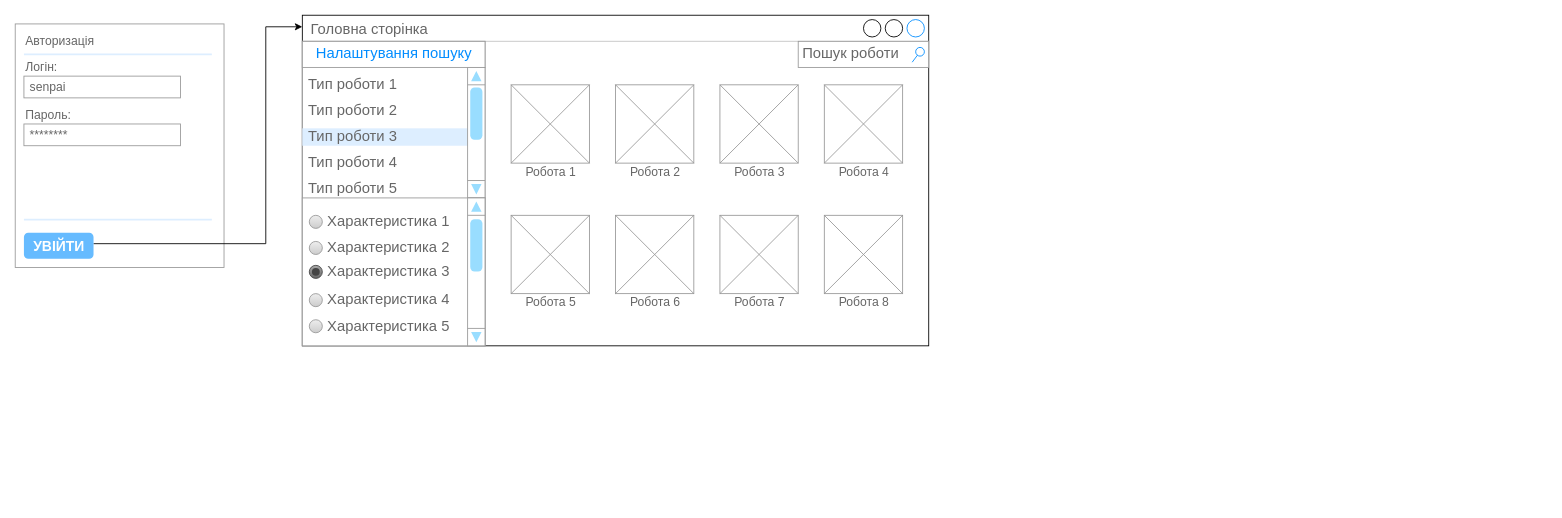
Before: 1-SoftwareRequirements/1.4-FuncNonFuncRequirements/1.4.4-NFRUserInterfaceOUTPUT/Wireframe Design.drawio in oleksandrblazhko/ai203-tokarev, a draw.io diagram. Source tidied: cells renumbered, new cells numbered last; positions are measured from the earlier drawing's top-left corner, leaving out a move shared by most shapes. Both pictures are drawn from the tidied source at 87%, with x=0, y=0 at pixel (15, 15).
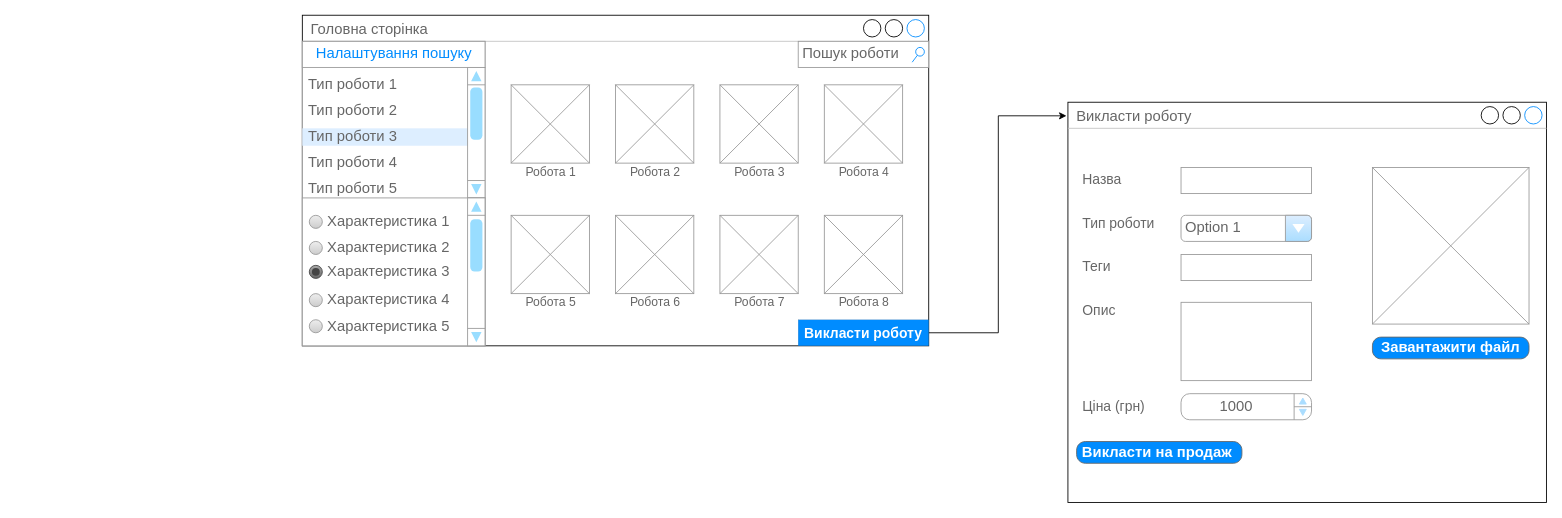
Above is the later version.

The change refers to these unchanged cells:
```xml
<mxCell id="12" value="Головна сторінка" style="strokeWidth=1;shadow=0;dashed=0;align=center;html=1;shape=mxgraph.mockup.containers.window;align=left;verticalAlign=top;spacingLeft=8;strokeColor2=#008cff;strokeColor3=#c4c4c4;fontColor=#666666;mainText=;fontSize=17;labelBackgroundColor=none;" parent="1" vertex="1">
  <mxGeometry x="330" width="720" height="380" as="geometry" />
</mxCell>
```

Change to the diagram source:
```diff
@@
-    <mxCell id="2" style="strokeWidth=1;shadow=0;dashed=0;align=center;html=1;shape=mxgraph.mockup.forms.rrect;rSize=0;strokeColor=#999999;fillColor=#ffffff;" parent="1" vertex="1">
-      <mxGeometry y="10" width="240" height="280" as="geometry" />
-    </mxCell>
-    <mxCell id="3" style="edgeStyle=orthogonalEdgeStyle;rounded=0;jettySize=auto;html=1;entryX=0;entryY=0.035;entryDx=0;entryDy=0;entryPerimeter=0;fontSize=14;exitX=0.999;exitY=0.42;exitDx=0;exitDy=0;exitPerimeter=0;" parent="2" edge="1" source="11" target="12">
-      <mxGeometry relative="1" as="geometry">
-        <Array as="points">
-          <mxPoint x="288" y="253" />
-          <mxPoint x="288" y="3" />
-        </Array>
-      </mxGeometry>
-    </mxCell>
-    <mxCell id="4" value="&lt;font style=&quot;font-size: 14px;&quot;&gt;Авторизація&lt;/font&gt;" style="strokeWidth=1;shadow=0;dashed=0;align=center;html=1;shape=mxgraph.mockup.forms.anchor;fontSize=12;fontColor=#666666;align=left;spacingLeft=0;" parent="2" vertex="1">
-      <mxGeometry width="120" height="20" relative="1" as="geometry">
-        <mxPoint x="10" y="10" as="offset" />
-      </mxGeometry>
-    </mxCell>
-    <mxCell id="5" style="shape=line;strokeColor=#ddeeff;strokeWidth=2;html=1;" parent="2" vertex="1">
-      <mxGeometry width="216" height="10" relative="1" as="geometry">
-        <mxPoint x="10" y="30" as="offset" />
-      </mxGeometry>
-    </mxCell>
-    <mxCell id="6" value="&lt;font style=&quot;font-size: 14px;&quot;&gt;Логін:&lt;/font&gt;" style="strokeWidth=1;shadow=0;dashed=0;align=center;html=1;shape=mxgraph.mockup.forms.anchor;fontSize=12;fontColor=#666666;align=left;spacingLeft=0;" parent="2" vertex="1">
-      <mxGeometry width="120" height="20" relative="1" as="geometry">
-        <mxPoint x="10" y="40" as="offset" />
-      </mxGeometry>
-    </mxCell>
-    <mxCell id="7" value="&lt;font style=&quot;font-size: 14px;&quot;&gt;senpai&lt;/font&gt;" style="strokeWidth=1;shadow=0;dashed=0;align=center;html=1;shape=mxgraph.mockup.forms.rrect;rSize=0;strokeColor=#999999;fontColor=#666666;align=left;spacingLeft=5;" parent="2" vertex="1">
-      <mxGeometry width="180" height="25" relative="1" as="geometry">
-        <mxPoint x="10" y="60" as="offset" />
-      </mxGeometry>
-    </mxCell>
-    <mxCell id="8" value="&lt;font style=&quot;font-size: 14px;&quot;&gt;Пароль:&lt;/font&gt;" style="strokeWidth=1;shadow=0;dashed=0;align=center;html=1;shape=mxgraph.mockup.forms.anchor;fontSize=12;fontColor=#666666;align=left;spacingLeft=0;" parent="2" vertex="1">
-      <mxGeometry width="120" height="20" relative="1" as="geometry">
-        <mxPoint x="10" y="95" as="offset" />
-      </mxGeometry>
-    </mxCell>
-    <mxCell id="9" value="&lt;font style=&quot;font-size: 14px;&quot;&gt;********&lt;/font&gt;" style="strokeWidth=1;shadow=0;dashed=0;align=center;html=1;shape=mxgraph.mockup.forms.rrect;rSize=0;strokeColor=#999999;fontColor=#666666;align=left;spacingLeft=5;" parent="2" vertex="1">
-      <mxGeometry width="180" height="25" relative="1" as="geometry">
-        <mxPoint x="10" y="115" as="offset" />
-      </mxGeometry>
-    </mxCell>
-    <mxCell id="10" style="shape=line;strokeColor=#ddeeff;strokeWidth=2;html=1;" parent="2" vertex="1">
-      <mxGeometry y="1" width="216" height="10" relative="1" as="geometry">
-        <mxPoint x="10" y="-60" as="offset" />
-      </mxGeometry>
-    </mxCell>
-    <mxCell id="11" value="УВІЙТИ" style="strokeWidth=1;shadow=0;dashed=0;align=center;html=1;shape=mxgraph.mockup.forms.rrect;rSize=5;strokeColor=none;fontColor=#ffffff;fillColor=#66bbff;fontSize=16;fontStyle=1;" parent="2" vertex="1">
-      <mxGeometry y="1" width="80" height="30" relative="1" as="geometry">
-        <mxPoint x="10" y="-40" as="offset" />
-      </mxGeometry>
-    </mxCell>
@@
+    <mxCell id="46" value="Викласти роботу" style="strokeWidth=1;shadow=0;dashed=0;align=center;html=1;shape=mxgraph.mockup.containers.window;align=left;verticalAlign=top;spacingLeft=8;strokeColor2=#008cff;strokeColor3=#c4c4c4;fontColor=#666666;mainText=;fontSize=17;labelBackgroundColor=none;" parent="1" vertex="1">
+      <mxGeometry x="1210" y="100" width="550" height="460" as="geometry" />
+    </mxCell>
+    <mxCell id="47" style="edgeStyle=orthogonalEdgeStyle;rounded=0;jettySize=auto;html=1;entryX=-0.003;entryY=0.034;entryDx=0;entryDy=0;entryPerimeter=0;fontSize=14;" parent="1" edge="1" source="48" target="46">
+      <mxGeometry relative="1" as="geometry" />
+    </mxCell>
+    <mxCell id="48" style="rounded=0;whiteSpace=wrap;html=1;fillStyle=auto;strokeWidth=0;fontSize=14;fillColor=#008CFF;" parent="1" vertex="1">
+      <mxGeometry x="900" y="350" width="150" height="30" as="geometry" />
+    </mxCell>
+    <mxCell id="49" value="Викласти роботу" style="strokeWidth=1;shadow=0;dashed=0;align=center;html=1;shape=mxgraph.mockup.anchor;fontSize=16;fontColor=#ffffff;fontStyle=1;whiteSpace=wrap;" parent="1" vertex="1">
+      <mxGeometry x="900" y="353" width="150" height="24" as="geometry" />
+    </mxCell>
+    <mxCell id="50" style="verticalLabelPosition=bottom;shadow=0;dashed=0;align=center;html=1;verticalAlign=top;strokeWidth=1;shape=mxgraph.mockup.graphics.simpleIcon;strokeColor=#999999;fillStyle=auto;fontSize=14;fillColor=#FFFFFF;" parent="1" vertex="1">
+      <mxGeometry x="1560" y="175" width="180" height="180" as="geometry" />
+    </mxCell>
+    <mxCell id="51" value="Завантажити файл" style="strokeWidth=1;shadow=0;dashed=0;align=center;html=1;shape=mxgraph.mockup.buttons.button;strokeColor=#666666;fontColor=#ffffff;mainText=;buttonStyle=round;fontSize=17;fontStyle=1;fillColor=#008cff;whiteSpace=wrap;fillStyle=auto;" parent="1" vertex="1">
+      <mxGeometry x="1560" y="370" width="180" height="25" as="geometry" />
+    </mxCell>
+    <mxCell id="52" value="&lt;table cellpadding=&quot;0&quot; cellspacing=&quot;0&quot; style=&quot;width:100%;height:100%;&quot;&gt;&lt;tbody&gt;&lt;tr&gt;&lt;td style=&quot;width:85%&quot;&gt;1000&lt;/td&gt;&lt;td style=&quot;width:15%&quot;&gt;&lt;/td&gt;&lt;/tr&gt;&lt;/tbody&gt;&lt;/table&gt;" style="strokeWidth=1;shadow=0;dashed=0;align=center;html=1;shape=mxgraph.mockup.forms.spinner;strokeColor=#999999;spinLayout=right;spinStyle=normal;adjStyle=triangle;fillColor=#aaddff;fontSize=17;fontColor=#666666;mainText=;html=1;overflow=fill;fillStyle=auto;" parent="1" vertex="1">
+      <mxGeometry x="1340" y="435" width="150" height="30" as="geometry" />
+    </mxCell>
+    <mxCell id="53" value="Option 1" style="strokeWidth=1;shadow=0;dashed=0;align=center;html=1;shape=mxgraph.mockup.forms.comboBox;strokeColor=#999999;fillColor=#ddeeff;align=left;fillColor2=#aaddff;mainText=;fontColor=#666666;fontSize=17;spacingLeft=3;fillStyle=auto;" parent="1" vertex="1">
+      <mxGeometry x="1340" y="230" width="150" height="30" as="geometry" />
+    </mxCell>
+    <mxCell id="54" style="strokeWidth=1;shadow=0;dashed=0;align=center;html=1;shape=mxgraph.mockup.forms.pwField;strokeColor=#999999;mainText=;align=left;fontColor=#666666;fontSize=17;spacingLeft=3;fillStyle=auto;fillColor=#FFFFFF;" parent="1" vertex="1">
+      <mxGeometry x="1340" y="175" width="150" height="30" as="geometry" />
+    </mxCell>
+    <mxCell id="55" value="&lt;font style=&quot;font-size: 16px;&quot;&gt;Назва&lt;br&gt;&lt;/font&gt;" style="strokeWidth=1;shadow=0;dashed=0;align=center;html=1;shape=mxgraph.mockup.forms.anchor;fontSize=17;fontColor=#666666;align=left;spacingLeft=5;" parent="1" vertex="1">
+      <mxGeometry x="1220" y="180" width="70" height="20" as="geometry" />
+    </mxCell>
+    <mxCell id="56" value="&lt;font style=&quot;font-size: 16px;&quot;&gt;Тип роботи&lt;br&gt;&lt;/font&gt;" style="strokeWidth=1;shadow=0;dashed=0;align=center;html=1;shape=mxgraph.mockup.forms.anchor;fontSize=17;fontColor=#666666;align=left;spacingLeft=5;" parent="1" vertex="1">
+      <mxGeometry x="1220" y="230" width="120" height="20" as="geometry" />
+    </mxCell>
+    <mxCell id="57" value="&lt;font style=&quot;font-size: 16px;&quot;&gt;Теги&lt;br&gt;&lt;/font&gt;" style="strokeWidth=1;shadow=0;dashed=0;align=center;html=1;shape=mxgraph.mockup.forms.anchor;fontSize=17;fontColor=#666666;align=left;spacingLeft=5;" parent="1" vertex="1">
+      <mxGeometry x="1220" y="280" width="120" height="20" as="geometry" />
+    </mxCell>
+    <mxCell id="58" value="&lt;font style=&quot;font-size: 16px;&quot;&gt;Ціна (грн)&lt;br&gt;&lt;/font&gt;" style="strokeWidth=1;shadow=0;dashed=0;align=center;html=1;shape=mxgraph.mockup.forms.anchor;fontSize=17;fontColor=#666666;align=left;spacingLeft=5;" parent="1" vertex="1">
+      <mxGeometry x="1220" y="440" width="120" height="20" as="geometry" />
+    </mxCell>
+    <mxCell id="59" style="strokeWidth=1;shadow=0;dashed=0;align=center;html=1;shape=mxgraph.mockup.forms.pwField;strokeColor=#999999;mainText=;align=left;fontColor=#666666;fontSize=17;spacingLeft=3;fillStyle=auto;fillColor=#FFFFFF;" parent="1" vertex="1">
+      <mxGeometry x="1340" y="275" width="150" height="30" as="geometry" />
+    </mxCell>
+    <mxCell id="60" value="&lt;font style=&quot;font-size: 16px;&quot;&gt;Опис&lt;br&gt;&lt;/font&gt;" style="strokeWidth=1;shadow=0;dashed=0;align=center;html=1;shape=mxgraph.mockup.forms.anchor;fontSize=17;fontColor=#666666;align=left;spacingLeft=5;" parent="1" vertex="1">
+      <mxGeometry x="1220" y="330" width="120" height="20" as="geometry" />
+    </mxCell>
+    <mxCell id="61" style="strokeWidth=1;shadow=0;dashed=0;align=center;html=1;shape=mxgraph.mockup.forms.pwField;strokeColor=#999999;mainText=;align=left;fontColor=#666666;fontSize=17;spacingLeft=3;fillStyle=auto;fillColor=#FFFFFF;" parent="1" vertex="1">
+      <mxGeometry x="1340" y="330" width="150" height="90" as="geometry" />
+    </mxCell>
+    <mxCell id="62" value="Викласти на продаж&amp;nbsp;" style="strokeWidth=1;shadow=0;dashed=0;align=center;html=1;shape=mxgraph.mockup.buttons.button;strokeColor=#666666;fontColor=#ffffff;mainText=;buttonStyle=round;fontSize=17;fontStyle=1;fillColor=#008cff;whiteSpace=wrap;fillStyle=auto;" parent="1" vertex="1">
+      <mxGeometry x="1220" y="490" width="190" height="25" as="geometry" />
+    </mxCell>
```
